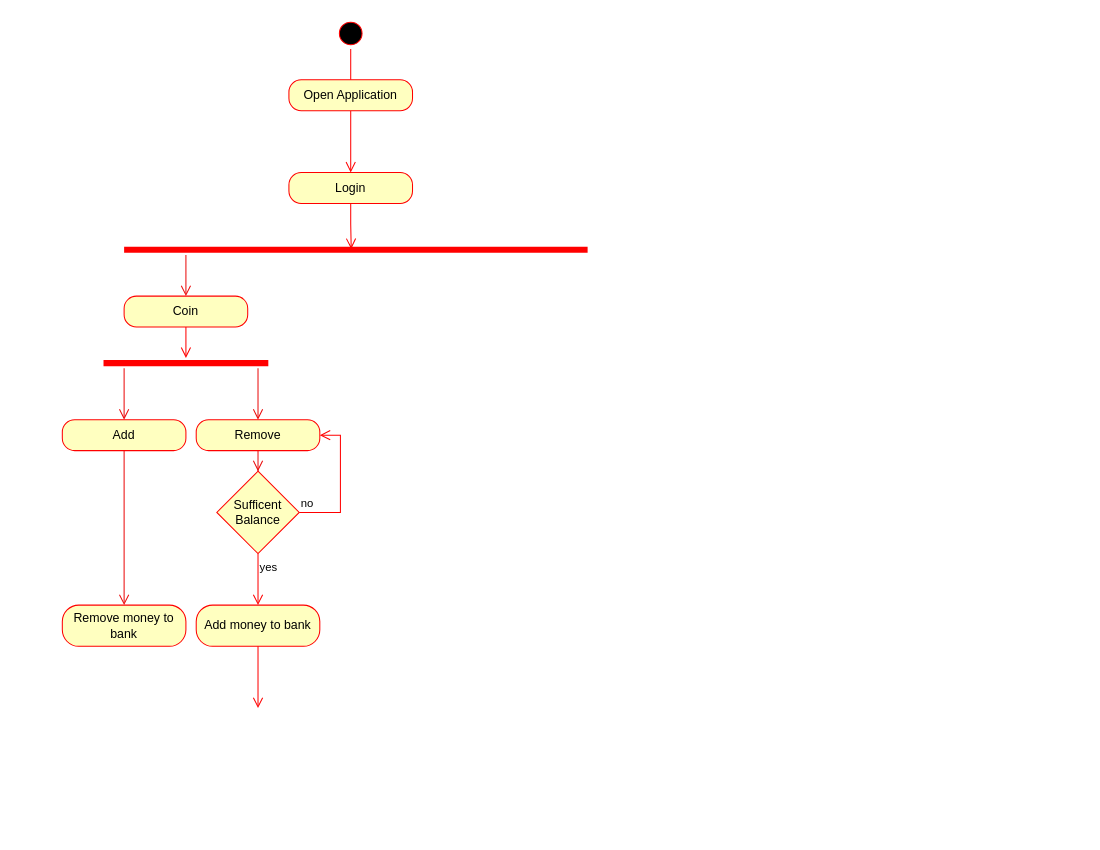
The draw.io diagram Activity Diagram.drawio in atharvagangrade10/crypto, before the edit. Source tidied: cells renumbered, new cells numbered last; positions are measured from the earlier drawing's top-left corner, leaving out a move shared by most shapes. Both pictures are drawn from the tidied source at 103%, with x=0, y=0 at pixel (62, 18).
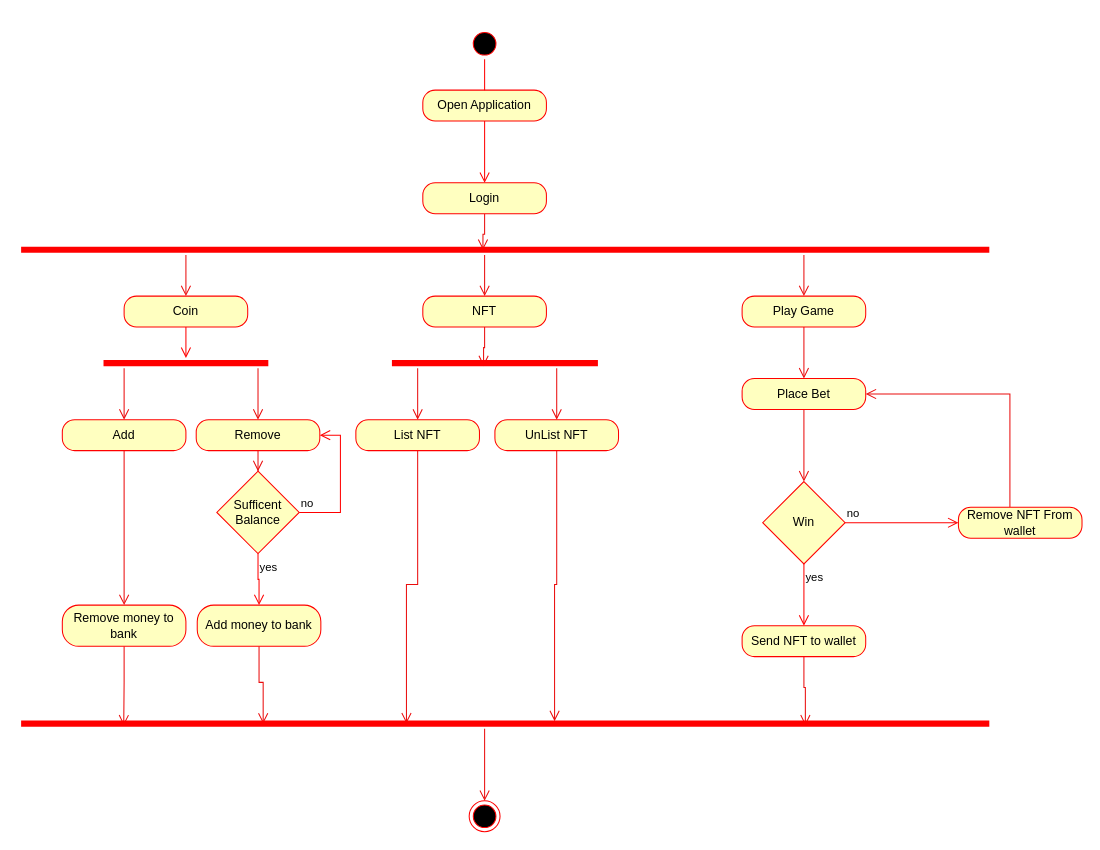
The same diagram, later.

Unchanged cells that the change refers to:
```xml
<mxCell id="24" value="Remove money to bank" style="rounded=1;whiteSpace=wrap;html=1;arcSize=40;fontColor=#000000;fillColor=#ffffc0;strokeColor=#ff0000;" parent="1" vertex="1">
  <mxGeometry y="570" width="120" height="40" as="geometry" />
</mxCell>
```

Change to the diagram source:
```diff
@@
     <mxCell id="2" style="ellipse;html=1;shape=startState;fillColor=#000000;strokeColor=#ff0000;" parent="1" vertex="1">
-      <mxGeometry x="265" width="30" height="30" as="geometry" />
+      <mxGeometry x="395" y="10" width="30" height="30" as="geometry" />
     </mxCell>
@@
+    <mxCell id="5" style="edgeStyle=orthogonalEdgeStyle;rounded=0;jettySize=auto;html=1;entryX=0.477;entryY=0.509;entryDx=0;entryDy=0;entryPerimeter=0;endArrow=open;endFill=0;endSize=8;strokeColor=#EA0C0C;strokeWidth=1;" parent="1" edge="1" source="4" target="7">
+      <mxGeometry relative="1" as="geometry" />
+    </mxCell>
     <mxCell id="4" value="Login" style="rounded=1;whiteSpace=wrap;html=1;arcSize=40;fontColor=#000000;fillColor=#ffffc0;strokeColor=#ff0000;" parent="1" vertex="1">
-      <mxGeometry x="220" y="150" width="120" height="30" as="geometry" />
+      <mxGeometry x="350" y="160" width="120" height="30" as="geometry" />
     </mxCell>
-    <mxCell id="5" style="edgeStyle=orthogonalEdgeStyle;html=1;verticalAlign=bottom;endArrow=open;endSize=8;strokeColor=#ff0000;rounded=0;entryX=0.49;entryY=0.42;entryDx=0;entryDy=0;entryPerimeter=0;" parent="1" edge="1" source="4" target="7">
-      <mxGeometry relative="1" as="geometry" />
-    </mxCell>
@@
+    <mxCell id="25" style="edgeStyle=orthogonalEdgeStyle;rounded=0;jettySize=auto;html=1;endArrow=open;endFill=0;endSize=8;strokeColor=#EA0C0C;strokeWidth=1;entryX=0.5;entryY=0;entryDx=0;entryDy=0;" parent="1" edge="1" source="7" target="30">
+      <mxGeometry relative="1" as="geometry">
+        <Array as="points">
+          <mxPoint x="410" y="240" />
+          <mxPoint x="410" y="240" />
+        </Array>
+      </mxGeometry>
+    </mxCell>
+    <mxCell id="26" style="edgeStyle=orthogonalEdgeStyle;rounded=0;jettySize=auto;html=1;endArrow=open;endFill=0;endSize=8;strokeColor=#EA0C0C;strokeWidth=1;" parent="1" edge="1" source="7" target="39">
+      <mxGeometry relative="1" as="geometry">
+        <Array as="points">
+          <mxPoint x="720" y="240" />
+          <mxPoint x="720" y="240" />
+        </Array>
+      </mxGeometry>
+    </mxCell>
     <mxCell id="7" style="shape=line;html=1;strokeWidth=6;strokeColor=#ff0000;" parent="1" vertex="1">
-      <mxGeometry x="60" y="220" width="450" height="10" as="geometry" />
+      <mxGeometry x="-40" y="220" width="940" height="10" as="geometry" />
     </mxCell>
@@
     <mxCell id="15" value="Open Application" style="rounded=1;whiteSpace=wrap;html=1;arcSize=40;fontColor=#000000;fillColor=#ffffc0;strokeColor=#ff0000;" parent="1" vertex="1">
-      <mxGeometry x="220" y="60" width="120" height="30" as="geometry" />
+      <mxGeometry x="350" y="70" width="120" height="30" as="geometry" />
     </mxCell>
@@
+    <mxCell id="27" style="edgeStyle=orthogonalEdgeStyle;rounded=0;jettySize=auto;html=1;entryX=0.25;entryY=0.5;entryDx=0;entryDy=0;entryPerimeter=0;endArrow=open;endFill=0;endSize=8;strokeColor=#EA0C0C;strokeWidth=1;" parent="1" edge="1" source="22" target="50">
+      <mxGeometry relative="1" as="geometry" />
+    </mxCell>
     <mxCell id="22" value="Add money to bank" style="rounded=1;whiteSpace=wrap;html=1;arcSize=40;fontColor=#000000;fillColor=#ffffc0;strokeColor=#ff0000;" parent="1" vertex="1">
-      <mxGeometry x="130" y="570" width="120" height="40" as="geometry" />
+      <mxGeometry x="131" y="570" width="120" height="40" as="geometry" />
     </mxCell>
-    <mxCell id="23" style="edgeStyle=orthogonalEdgeStyle;html=1;verticalAlign=bottom;endArrow=open;endSize=8;strokeColor=#ff0000;rounded=0;" parent="1" edge="1" source="22">
-      <mxGeometry relative="1" as="geometry">
-        <mxPoint x="190" y="670" as="targetPoint" />
-      </mxGeometry>
-    </mxCell>
+    <mxCell id="28" style="edgeStyle=orthogonalEdgeStyle;rounded=0;jettySize=auto;html=1;entryX=0.106;entryY=0.689;entryDx=0;entryDy=0;entryPerimeter=0;endArrow=open;endFill=0;endSize=8;strokeColor=#EA0C0C;strokeWidth=1;" parent="1" edge="1" source="24" target="50">
+      <mxGeometry relative="1" as="geometry" />
+    </mxCell>
@@
+    <mxCell id="29" style="edgeStyle=orthogonalEdgeStyle;rounded=0;jettySize=auto;html=1;entryX=0.445;entryY=0.8;entryDx=0;entryDy=0;entryPerimeter=0;endArrow=open;endFill=0;endSize=8;strokeColor=#EA0C0C;strokeWidth=1;" parent="1" edge="1" source="30" target="33">
+      <mxGeometry relative="1" as="geometry">
+        <Array as="points">
+          <mxPoint x="410" y="320" />
+          <mxPoint x="409" y="320" />
+        </Array>
+      </mxGeometry>
+    </mxCell>
+    <mxCell id="30" value="NFT" style="rounded=1;whiteSpace=wrap;html=1;arcSize=40;fontColor=#000000;fillColor=#ffffc0;strokeColor=#ff0000;" parent="1" vertex="1">
+      <mxGeometry x="350" y="270" width="120" height="30" as="geometry" />
+    </mxCell>
+    <mxCell id="31" style="edgeStyle=orthogonalEdgeStyle;rounded=0;jettySize=auto;html=1;entryX=0.5;entryY=0;entryDx=0;entryDy=0;endArrow=open;endFill=0;endSize=8;strokeColor=#EA0C0C;strokeWidth=1;" parent="1" edge="1" source="33" target="35">
+      <mxGeometry relative="1" as="geometry">
+        <Array as="points">
+          <mxPoint x="345" y="360" />
+          <mxPoint x="345" y="360" />
+        </Array>
+      </mxGeometry>
+    </mxCell>
+    <mxCell id="32" style="edgeStyle=orthogonalEdgeStyle;rounded=0;jettySize=auto;html=1;entryX=0.5;entryY=0;entryDx=0;entryDy=0;endArrow=open;endFill=0;endSize=8;strokeColor=#EA0C0C;strokeWidth=1;" parent="1" edge="1" source="33" target="37">
+      <mxGeometry relative="1" as="geometry">
+        <Array as="points">
+          <mxPoint x="480" y="370" />
+          <mxPoint x="480" y="370" />
+        </Array>
+      </mxGeometry>
+    </mxCell>
+    <mxCell id="33" style="shape=line;html=1;strokeWidth=6;strokeColor=#ff0000;" parent="1" vertex="1">
+      <mxGeometry x="320" y="330" width="200" height="10" as="geometry" />
+    </mxCell>
+    <mxCell id="34" style="edgeStyle=orthogonalEdgeStyle;rounded=0;jettySize=auto;html=1;entryX=0.398;entryY=0.479;entryDx=0;entryDy=0;entryPerimeter=0;endArrow=open;endFill=0;endSize=8;strokeColor=#EA0C0C;strokeWidth=1;" parent="1" edge="1" source="35" target="50">
+      <mxGeometry relative="1" as="geometry" />
+    </mxCell>
+    <mxCell id="35" value="List NFT" style="rounded=1;whiteSpace=wrap;html=1;arcSize=40;fontColor=#000000;fillColor=#ffffc0;strokeColor=#ff0000;" parent="1" vertex="1">
+      <mxGeometry x="285" y="390" width="120" height="30" as="geometry" />
+    </mxCell>
+    <mxCell id="36" style="edgeStyle=orthogonalEdgeStyle;rounded=0;jettySize=auto;html=1;entryX=0.551;entryY=0.268;entryDx=0;entryDy=0;entryPerimeter=0;endArrow=open;endFill=0;endSize=8;strokeColor=#EA0C0C;strokeWidth=1;" parent="1" edge="1" source="37" target="50">
+      <mxGeometry relative="1" as="geometry" />
+    </mxCell>
+    <mxCell id="37" value="UnList NFT" style="rounded=1;whiteSpace=wrap;html=1;arcSize=40;fontColor=#000000;fillColor=#ffffc0;strokeColor=#ff0000;" parent="1" vertex="1">
+      <mxGeometry x="420" y="390" width="120" height="30" as="geometry" />
+    </mxCell>
+    <mxCell id="38" style="edgeStyle=orthogonalEdgeStyle;rounded=0;jettySize=auto;html=1;endArrow=open;endFill=0;endSize=8;strokeColor=#EA0C0C;strokeWidth=1;" parent="1" edge="1" source="39" target="41">
+      <mxGeometry relative="1" as="geometry" />
+    </mxCell>
+    <mxCell id="39" value="Play Game" style="rounded=1;whiteSpace=wrap;html=1;arcSize=40;fontColor=#000000;fillColor=#ffffc0;strokeColor=#ff0000;" parent="1" vertex="1">
+      <mxGeometry x="660" y="270" width="120" height="30" as="geometry" />
+    </mxCell>
+    <mxCell id="40" style="edgeStyle=orthogonalEdgeStyle;rounded=0;jettySize=auto;html=1;entryX=0.5;entryY=0;entryDx=0;entryDy=0;endArrow=open;endFill=0;endSize=8;strokeColor=#EA0C0C;strokeWidth=1;" parent="1" edge="1" source="41" target="42">
+      <mxGeometry relative="1" as="geometry" />
+    </mxCell>
+    <mxCell id="41" value="Place Bet" style="rounded=1;whiteSpace=wrap;html=1;arcSize=40;fontColor=#000000;fillColor=#ffffc0;strokeColor=#ff0000;" parent="1" vertex="1">
+      <mxGeometry x="660" y="350" width="120" height="30" as="geometry" />
+    </mxCell>
+    <mxCell id="42" value="Win" style="rhombus;whiteSpace=wrap;html=1;fillColor=#ffffc0;strokeColor=#ff0000;" parent="1" vertex="1">
+      <mxGeometry x="680" y="450" width="80" height="80" as="geometry" />
+    </mxCell>
+    <mxCell id="43" value="no" style="edgeStyle=orthogonalEdgeStyle;html=1;align=left;verticalAlign=bottom;endArrow=open;endSize=8;strokeColor=#ff0000;rounded=0;" parent="1" edge="1" source="42">
+      <mxGeometry x="-1" relative="1" as="geometry">
+        <mxPoint x="870" y="490" as="targetPoint" />
+        <Array as="points">
+          <mxPoint x="850" y="490" />
+        </Array>
+      </mxGeometry>
+    </mxCell>
+    <mxCell id="44" value="yes" style="edgeStyle=orthogonalEdgeStyle;html=1;align=left;verticalAlign=top;endArrow=open;endSize=8;strokeColor=#ff0000;rounded=0;entryX=0.5;entryY=0;entryDx=0;entryDy=0;" parent="1" edge="1" source="42" target="46">
+      <mxGeometry x="-1" relative="1" as="geometry" />
+    </mxCell>
+    <mxCell id="45" style="edgeStyle=orthogonalEdgeStyle;rounded=0;jettySize=auto;html=1;entryX=0.81;entryY=0.689;entryDx=0;entryDy=0;entryPerimeter=0;endArrow=open;endFill=0;endSize=8;strokeColor=#EA0C0C;strokeWidth=1;" parent="1" edge="1" source="46" target="50">
+      <mxGeometry relative="1" as="geometry" />
+    </mxCell>
+    <mxCell id="46" value="Send NFT to wallet" style="rounded=1;whiteSpace=wrap;html=1;arcSize=40;fontColor=#000000;fillColor=#ffffc0;strokeColor=#ff0000;" parent="1" vertex="1">
+      <mxGeometry x="660" y="590" width="120" height="30" as="geometry" />
+    </mxCell>
+    <mxCell id="47" style="edgeStyle=orthogonalEdgeStyle;rounded=0;jettySize=auto;html=1;entryX=1;entryY=0.5;entryDx=0;entryDy=0;endArrow=open;endFill=0;endSize=8;strokeColor=#EA0C0C;strokeWidth=1;" parent="1" edge="1" source="48" target="41">
+      <mxGeometry relative="1" as="geometry">
+        <Array as="points">
+          <mxPoint x="920" y="365" />
+        </Array>
+      </mxGeometry>
+    </mxCell>
+    <mxCell id="48" value="Remove NFT From wallet" style="rounded=1;whiteSpace=wrap;html=1;arcSize=40;fontColor=#000000;fillColor=#ffffc0;strokeColor=#ff0000;" parent="1" vertex="1">
+      <mxGeometry x="870" y="475" width="120" height="30" as="geometry" />
+    </mxCell>
+    <mxCell id="49" style="edgeStyle=orthogonalEdgeStyle;rounded=0;jettySize=auto;html=1;entryX=0.5;entryY=0;entryDx=0;entryDy=0;endArrow=open;endFill=0;endSize=8;strokeColor=#EA0C0C;strokeWidth=1;" parent="1" edge="1" source="50" target="51">
+      <mxGeometry relative="1" as="geometry">
+        <Array as="points">
+          <mxPoint x="410" y="720" />
+          <mxPoint x="410" y="720" />
+        </Array>
+      </mxGeometry>
+    </mxCell>
+    <mxCell id="50" style="shape=line;html=1;strokeWidth=6;strokeColor=#ff0000;" parent="1" vertex="1">
+      <mxGeometry x="-40" y="680" width="940" height="10" as="geometry" />
+    </mxCell>
+    <mxCell id="51" style="ellipse;html=1;shape=endState;fillColor=#000000;strokeColor=#ff0000;" parent="1" vertex="1">
+      <mxGeometry x="395" y="760" width="30" height="30" as="geometry" />
+    </mxCell>
```
